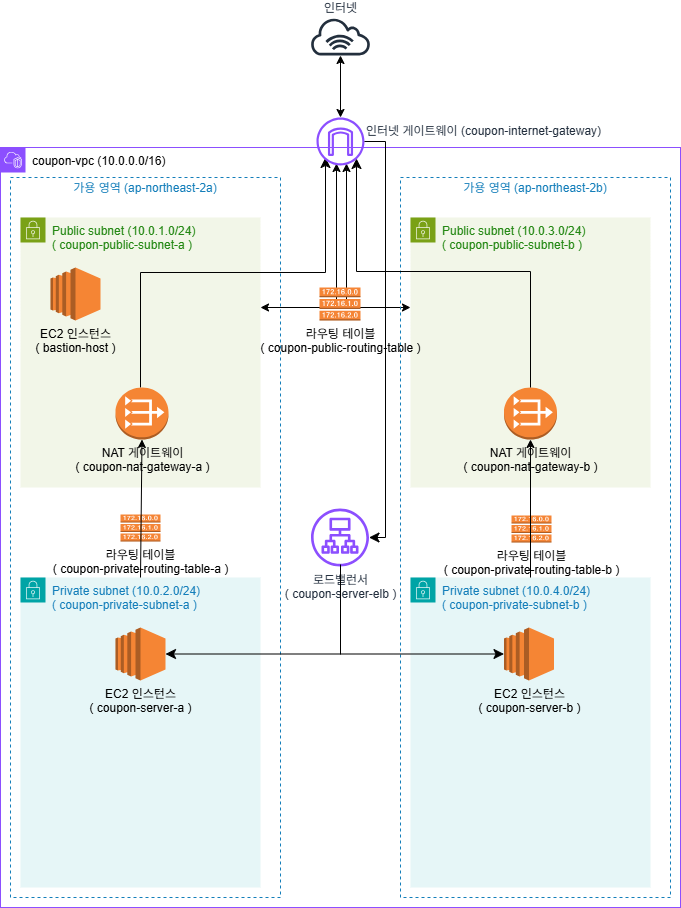
Before: aws-architecture-basic(2).drawio.png, a diagram exported from draw.io (tngh4037/aws-practice). Source tidied: cells renumbered, new cells last; positions are measured from the earlier drawing's top-left corner, leaving out a move shared by most shapes.
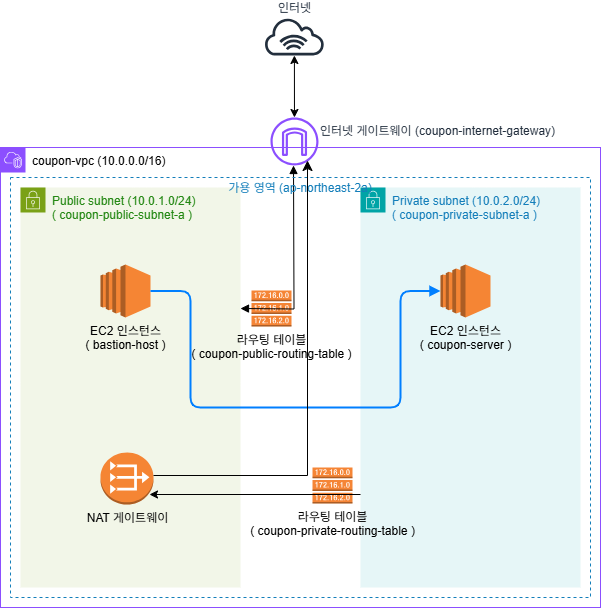
After the change.

Commit message:
aws-architecture-basic(2).drawio.png이 추가되었습니다.

Diff of the diagram source:
```diff
@@ -2,130 +2,78 @@
   <root>
     <mxCell id="0" />
     <mxCell id="1" parent="0" />
-    <mxCell id="2" style="edgeStyle=elbowEdgeStyle;rounded=0;elbow=vertical;html=1;labelBackgroundColor=#ffffff;startArrow=classic;startFill=1;startSize=6;endArrow=classic;endFill=1;endSize=6;jettySize=auto;strokeWidth=1;fontSize=14;" parent="1" edge="1" source="15">
-      <mxGeometry relative="1" as="geometry">
-        <mxPoint x="346" y="146" as="targetPoint" />
-        <Array as="points">
-          <mxPoint x="310" y="290" />
-        </Array>
-      </mxGeometry>
-    </mxCell>
     <mxCell id="3" value="&lt;font style=&quot;color: rgb(4, 4, 4);&quot;&gt;coupon-vpc (10.0.0.0/16)&lt;/font&gt;" style="gradientColor=none;html=1;whiteSpace=wrap;fontSize=12;fontStyle=0;shape=mxgraph.aws4.group;grIcon=mxgraph.aws4.group_vpc2;strokeColor=#8C4FFF;fillColor=none;verticalAlign=top;align=left;spacingLeft=30;fontColor=#AAB7B8;dashed=0;" parent="1" vertex="1">
-      <mxGeometry y="130" width="680" height="760" as="geometry" />
+      <mxGeometry x="40" y="130" width="600" height="460" as="geometry" />
     </mxCell>
-    <mxCell id="4" value="가용 영역 (ap-northeast-2b)" style="fillColor=none;strokeColor=#147EBA;dashed=1;verticalAlign=bottom;fontStyle=0;fontColor=#147EBA;whiteSpace=wrap;html=1;labelPosition=center;verticalLabelPosition=top;align=center;spacingBottom=-20;" parent="3" vertex="1">
-      <mxGeometry x="400" y="30" width="270" height="720" as="geometry" />
-    </mxCell>
+    <mxCell id="6" value="Public subnet (10.0.1.0/24)&lt;div&gt;( coupon-public-subnet-a )&lt;/div&gt;" style="gradientColor=none;html=1;whiteSpace=wrap;fontSize=12;fontStyle=0;shape=mxgraph.aws4.group;grIcon=mxgraph.aws4.group_security_group;grStroke=0;strokeColor=#7AA116;fillColor=#F2F6E8;verticalAlign=top;align=left;spacingLeft=30;fontColor=#248814;dashed=0;" parent="3" vertex="1">
+      <mxGeometry x="20" y="40" width="220" height="400" as="geometry" />
+    </mxCell>
+    <mxCell id="32" value="NAT 게이트웨이" style="dashed=0;verticalLabelPosition=bottom;verticalAlign=top;align=center;html=1;shape=mxgraph.aws3.vpc_nat_gateway;fillColor=#F58534;gradientColor=none;" parent="6" vertex="1">
+      <mxGeometry x="80" y="265" width="53" height="52" as="geometry" />
+    </mxCell>
+    <mxCell id="9" value="EC2 인스턴스&lt;div&gt;( bastion-host )&lt;/div&gt;" style="outlineConnect=0;dashed=0;verticalLabelPosition=bottom;verticalAlign=top;align=center;html=1;shape=mxgraph.aws3.ec2;fillColor=#F58534;gradientColor=none;" parent="6" vertex="1">
+      <mxGeometry x="80" y="77" width="50" height="53" as="geometry" />
+    </mxCell>
+    <mxCell id="8" value="Private subnet (10.0.2.0/24)&lt;br&gt;( coupon-private-subnet-a )" style="points=[[0,0],[0.25,0],[0.5,0],[0.75,0],[1,0],[1,0.25],[1,0.5],[1,0.75],[1,1],[0.75,1],[0.5,1],[0.25,1],[0,1],[0,0.75],[0,0.5],[0,0.25]];outlineConnect=0;gradientColor=none;html=1;whiteSpace=wrap;fontSize=12;fontStyle=0;shape=mxgraph.aws4.group;grIcon=mxgraph.aws4.group_security_group;grStroke=0;strokeColor=#00A4A6;fillColor=#E6F6F7;verticalAlign=top;align=left;spacingLeft=30;fontColor=#147EBA;dashed=0;" parent="3" vertex="1">
+      <mxGeometry x="360" y="40" width="220" height="400" as="geometry" />
+    </mxCell>
+    <mxCell id="25" value="라우팅 테이블&lt;br&gt;( coupon-public-routing-table )" style="outlineConnect=0;dashed=0;verticalLabelPosition=bottom;verticalAlign=top;align=center;html=1;shape=mxgraph.aws3.route_table;fillColor=#F58536;gradientColor=none;" parent="3" vertex="1">
+      <mxGeometry x="251" y="143" width="40" height="36" as="geometry" />
+    </mxCell>
+    <mxCell id="33" value="EC2 인스턴스&lt;div&gt;( coupon-server )&lt;/div&gt;" style="outlineConnect=0;dashed=0;verticalLabelPosition=bottom;verticalAlign=top;align=center;html=1;shape=mxgraph.aws3.ec2;fillColor=#F58534;gradientColor=none;" parent="3" vertex="1">
+      <mxGeometry x="440" y="117" width="50" height="53" as="geometry" />
+    </mxCell>
+    <mxCell id="34" style="html=1;labelBackgroundColor=#ffffff;jettySize=auto;fontSize=14;rounded=1;jumpStyle=gap;edgeStyle=orthogonalEdgeStyle;startArrow=none;endArrow=block;strokeWidth=2;endFill=1;exitX=1;exitY=0.5;exitDx=0;exitDy=0;exitPerimeter=0;entryX=0;entryY=0.5;entryDx=0;entryDy=0;entryPerimeter=0;curved=0;strokeColor=#007FFF;" parent="3" edge="1" source="9" target="33">
+      <mxGeometry relative="1" as="geometry">
+        <Array as="points">
+          <mxPoint x="190" y="144" />
+          <mxPoint x="190" y="260" />
+          <mxPoint x="400" y="260" />
+          <mxPoint x="400" y="144" />
+        </Array>
+      </mxGeometry>
+    </mxCell>
+    <mxCell id="35" value="라우팅 테이블&lt;br&gt;( coupon-private-routing-table )" style="dashed=0;verticalLabelPosition=bottom;verticalAlign=top;align=center;html=1;shape=mxgraph.aws3.route_table;fillColor=#F58536;gradientColor=none;" parent="3" vertex="1">
+      <mxGeometry x="312" y="320" width="40" height="36" as="geometry" />
+    </mxCell>
+    <mxCell id="30" value="인터넷 게이트웨이 (coupon-internet-gateway)" style="sketch=0;outlineConnect=0;fontColor=#232F3E;gradientColor=none;fillColor=#8C4FFF;strokeColor=none;dashed=0;verticalLabelPosition=top;verticalAlign=bottom;align=left;html=1;fontSize=12;fontStyle=0;shape=mxgraph.aws4.internet_gateway;labelPosition=right;spacingRight=0;spacing=2;spacingBottom=-23;" parent="3" vertex="1">
+      <mxGeometry x="270" y="-30" width="48" height="48" as="geometry" />
+    </mxCell>
+    <mxCell id="36" style="html=1;labelBackgroundColor=#ffffff;jettySize=auto;orthogonalLoop=1;fontSize=11;rounded=0;jumpStyle=gap;edgeStyle=orthogonalEdgeStyle;startArrow=block;endArrow=block;strokeWidth=1;startFill=1;endFill=1;" parent="3" edge="1">
+      <mxGeometry relative="1" as="geometry">
+        <mxPoint x="240" y="161" as="sourcePoint" />
+        <mxPoint x="293" y="18" as="targetPoint" />
+      </mxGeometry>
+    </mxCell>
+    <mxCell id="37" style="edgeStyle=elbowEdgeStyle;rounded=0;orthogonalLoop=1;jettySize=auto;html=1;exitX=0.5;exitY=0;exitDx=0;exitDy=0;exitPerimeter=0;" parent="3" edge="1" source="25" target="25">
+      <mxGeometry relative="1" as="geometry" />
+    </mxCell>
+    <mxCell id="38" style="edgeStyle=elbowEdgeStyle;rounded=0;orthogonalLoop=1;jettySize=auto;html=1;exitX=0.5;exitY=1;exitDx=0;exitDy=0;exitPerimeter=0;" parent="3" edge="1" source="25" target="25">
+      <mxGeometry relative="1" as="geometry" />
+    </mxCell>
+    <mxCell id="39" style="endArrow=classic;html=1;rounded=0;" parent="3" edge="1">
+      <mxGeometry relative="1" as="geometry">
+        <mxPoint x="360" y="347" as="sourcePoint" />
+        <mxPoint x="149" y="347" as="targetPoint" />
+      </mxGeometry>
+    </mxCell>
     <mxCell id="5" value="가용 영역 (ap-northeast-2a)" style="fillColor=none;strokeColor=#147EBA;dashed=1;verticalAlign=bottom;fontStyle=0;fontColor=#147EBA;whiteSpace=wrap;html=1;labelPosition=center;verticalLabelPosition=top;align=center;spacingBottom=-20;" parent="3" vertex="1">
-      <mxGeometry x="10" y="30" width="270" height="720" as="geometry" />
+      <mxGeometry x="10" y="30" width="580" height="420" as="geometry" />
     </mxCell>
-    <mxCell id="6" value="Public subnet (10.0.1.0/24)&lt;div&gt;( coupon-public-subnet-a )&lt;/div&gt;" style="gradientColor=none;html=1;whiteSpace=wrap;fontSize=12;fontStyle=0;shape=mxgraph.aws4.group;grIcon=mxgraph.aws4.group_security_group;grStroke=0;strokeColor=#7AA116;fillColor=#F2F6E8;verticalAlign=top;align=left;spacingLeft=30;fontColor=#248814;dashed=0;" parent="3" vertex="1">
-      <mxGeometry x="20" y="70" width="240" height="270" as="geometry" />
-    </mxCell>
-    <mxCell id="7" style="edgeStyle=elbowEdgeStyle;elbow=vertical;endArrow=classic;html=1;curved=0;rounded=0;endSize=8;startSize=8;" parent="6" edge="1">
-      <mxGeometry relative="1" as="geometry">
-        <mxPoint x="120" y="170" as="sourcePoint" />
-        <mxPoint x="305" y="-60" as="targetPoint" />
-      </mxGeometry>
-    </mxCell>
-    <mxCell id="8" value="Private subnet (10.0.2.0/24)&lt;br&gt;( coupon-private-subnet-a )" style="points=[[0,0],[0.25,0],[0.5,0],[0.75,0],[1,0],[1,0.25],[1,0.5],[1,0.75],[1,1],[0.75,1],[0.5,1],[0.25,1],[0,1],[0,0.75],[0,0.5],[0,0.25]];outlineConnect=0;gradientColor=none;html=1;whiteSpace=wrap;fontSize=12;fontStyle=0;shape=mxgraph.aws4.group;grIcon=mxgraph.aws4.group_security_group;grStroke=0;strokeColor=#00A4A6;fillColor=#E6F6F7;verticalAlign=top;align=left;spacingLeft=30;fontColor=#147EBA;dashed=0;" parent="3" vertex="1">
-      <mxGeometry x="20" y="430" width="240" height="310" as="geometry" />
-    </mxCell>
-    <mxCell id="9" value="EC2 인스턴스&lt;div&gt;( bastion-host )&lt;/div&gt;" style="outlineConnect=0;dashed=0;verticalLabelPosition=bottom;verticalAlign=top;align=center;html=1;shape=mxgraph.aws3.ec2;fillColor=#F58534;gradientColor=none;" parent="3" vertex="1">
-      <mxGeometry x="50" y="120" width="50" height="53" as="geometry" />
-    </mxCell>
-    <mxCell id="10" value="Private subnet (10.0.4.0/24)&lt;br&gt;( coupon-private-subnet-b )" style="gradientColor=none;html=1;whiteSpace=wrap;fontSize=12;fontStyle=0;shape=mxgraph.aws4.group;grIcon=mxgraph.aws4.group_security_group;grStroke=0;strokeColor=#00A4A6;fillColor=#E6F6F7;verticalAlign=top;align=left;spacingLeft=30;fontColor=#147EBA;dashed=0;" parent="3" vertex="1">
-      <mxGeometry x="410" y="430" width="240" height="310" as="geometry" />
-    </mxCell>
-    <mxCell id="11" value="EC2 인스턴스&lt;div&gt;( coupon-server-b )&lt;/div&gt;" style="outlineConnect=0;dashed=0;verticalLabelPosition=bottom;verticalAlign=top;align=center;html=1;shape=mxgraph.aws3.ec2;fillColor=#F58534;gradientColor=none;" parent="3" vertex="1">
-      <mxGeometry x="503.5" y="480" width="50" height="53" as="geometry" />
-    </mxCell>
-    <mxCell id="12" value="EC2 인스턴스&lt;div&gt;( coupon-server-a )&lt;/div&gt;" style="outlineConnect=0;dashed=0;verticalLabelPosition=bottom;verticalAlign=top;align=center;html=1;shape=mxgraph.aws3.ec2;fillColor=#F58534;gradientColor=none;" parent="3" vertex="1">
-      <mxGeometry x="115" y="480" width="50" height="53" as="geometry" />
-    </mxCell>
-    <mxCell id="13" style="edgeStyle=elbowEdgeStyle;rounded=0;orthogonalLoop=1;jettySize=auto;html=1;exitX=0.5;exitY=0;exitDx=0;exitDy=0;exitPerimeter=0;" parent="3" edge="1" source="25" target="25">
-      <mxGeometry relative="1" as="geometry" />
-    </mxCell>
-    <mxCell id="14" style="edgeStyle=elbowEdgeStyle;rounded=0;orthogonalLoop=1;jettySize=auto;html=1;exitX=0.5;exitY=1;exitDx=0;exitDy=0;exitPerimeter=0;" parent="3" edge="1" source="25" target="25">
-      <mxGeometry relative="1" as="geometry" />
-    </mxCell>
-    <mxCell id="15" value="Public subnet (10.0.3.0/24)&lt;div&gt;( coupon-public-subnet-b )&lt;/div&gt;" style="points=[[0,0],[0.25,0],[0.5,0],[0.75,0],[1,0],[1,0.25],[1,0.5],[1,0.75],[1,1],[0.75,1],[0.5,1],[0.25,1],[0,1],[0,0.75],[0,0.5],[0,0.25]];outlineConnect=0;gradientColor=none;html=1;whiteSpace=wrap;fontSize=12;fontStyle=0;shape=mxgraph.aws4.group;grIcon=mxgraph.aws4.group_security_group;grStroke=0;strokeColor=#7AA116;fillColor=#F2F6E8;verticalAlign=top;align=left;spacingLeft=30;fontColor=#248814;dashed=0;" parent="3" vertex="1">
-      <mxGeometry x="410" y="70" width="240" height="270" as="geometry" />
-    </mxCell>
-    <mxCell id="16" value="NAT 게이트웨이&lt;div&gt;( coupon-nat-gateway-b )&lt;/div&gt;" style="outlineConnect=0;dashed=0;verticalLabelPosition=bottom;verticalAlign=top;align=center;html=1;shape=mxgraph.aws3.vpc_nat_gateway;fillColor=#F58534;gradientColor=none;" parent="3" vertex="1">
-      <mxGeometry x="503.5" y="240" width="53" height="52" as="geometry" />
-    </mxCell>
-    <mxCell id="17" value="라우팅 테이블&lt;br&gt;( coupon-private-routing-table-a )" style="dashed=0;verticalLabelPosition=bottom;verticalAlign=top;align=center;html=1;shape=mxgraph.aws3.route_table;fillColor=#F58536;gradientColor=none;" parent="3" vertex="1">
-      <mxGeometry x="120" y="367" width="40" height="27" as="geometry" />
-    </mxCell>
-    <mxCell id="18" value="라우팅 테이블&lt;br&gt;( coupon-private-routing-table-b )" style="dashed=0;verticalLabelPosition=bottom;verticalAlign=top;align=center;html=1;shape=mxgraph.aws3.route_table;fillColor=#F58536;gradientColor=none;" parent="3" vertex="1">
-      <mxGeometry x="511" y="368" width="40" height="27" as="geometry" />
-    </mxCell>
-    <mxCell id="19" value="로드밸런서&lt;div&gt;( coupon-server-elb )&lt;/div&gt;" style="sketch=0;outlineConnect=0;fontColor=#232F3E;gradientColor=none;fillColor=#8C4FFF;strokeColor=none;dashed=0;verticalLabelPosition=bottom;verticalAlign=top;align=center;html=1;fontSize=12;fontStyle=0;shape=mxgraph.aws4.application_load_balancer;" parent="3" vertex="1">
-      <mxGeometry x="310.5" y="361" width="58" height="58" as="geometry" />
-    </mxCell>
-    <mxCell id="20" style="endArrow=classic;html=1;rounded=0;" parent="3" edge="1" target="16">
-      <mxGeometry relative="1" as="geometry">
-        <mxPoint x="530" y="430" as="sourcePoint" />
-      </mxGeometry>
-    </mxCell>
-    <mxCell id="21" style="endArrow=classic;html=1;rounded=0;exitX=0.5;exitY=0;exitDx=0;exitDy=0;entryX=0.5;entryY=1;entryDx=0;entryDy=0;entryPerimeter=0;" parent="3" edge="1" source="8" target="22">
-      <mxGeometry relative="1" as="geometry" />
-    </mxCell>
-    <mxCell id="22" value="NAT 게이트웨이&lt;div&gt;( coupon-nat-gateway-a )&lt;/div&gt;" style="outlineConnect=0;dashed=0;verticalLabelPosition=bottom;verticalAlign=top;align=center;html=1;shape=mxgraph.aws3.vpc_nat_gateway;fillColor=#F58534;gradientColor=none;" parent="3" vertex="1">
-      <mxGeometry x="115" y="240" width="53" height="52" as="geometry" />
-    </mxCell>
-    <mxCell id="23" style="edgeStyle=elbowEdgeStyle;elbow=vertical;endArrow=classic;html=1;curved=0;rounded=0;endSize=8;startSize=8;" parent="3" edge="1">
-      <mxGeometry relative="1" as="geometry">
-        <mxPoint x="530" y="240" as="sourcePoint" />
-        <mxPoint x="356" y="11" as="targetPoint" />
-        <Array as="points">
-          <mxPoint x="440" y="124" />
-        </Array>
-      </mxGeometry>
-    </mxCell>
-    <mxCell id="24" style="edgeStyle=elbowEdgeStyle;rounded=0;elbow=vertical;html=1;labelBackgroundColor=#ffffff;startArrow=classic;startFill=1;startSize=6;endArrow=classic;endFill=1;endSize=6;jettySize=auto;orthogonalLoop=1;strokeWidth=1;fontSize=14;" parent="3" edge="1">
-      <mxGeometry relative="1" as="geometry">
-        <mxPoint x="260" y="160" as="sourcePoint" />
-        <mxPoint x="336" y="16" as="targetPoint" />
-        <Array as="points">
-          <mxPoint x="300" y="160" />
-        </Array>
-      </mxGeometry>
-    </mxCell>
-    <mxCell id="25" value="라우팅 테이블&lt;br&gt;( coupon-public-routing-table )" style="outlineConnect=0;dashed=0;verticalLabelPosition=bottom;verticalAlign=top;align=center;html=1;shape=mxgraph.aws3.route_table;fillColor=#F58536;gradientColor=none;" parent="3" vertex="1">
-      <mxGeometry x="319" y="140" width="41" height="33" as="geometry" />
-    </mxCell>
-    <mxCell id="26" style="edgeStyle=elbowEdgeStyle;elbow=horizontal;endArrow=classic;html=1;curved=0;rounded=0;endSize=8;startSize=8;entryX=1;entryY=0.5;entryDx=0;entryDy=0;entryPerimeter=0;" parent="3" edge="1" source="19" target="12">
-      <mxGeometry relative="1" as="geometry">
-        <Array as="points">
-          <mxPoint x="340" y="520" />
-        </Array>
-      </mxGeometry>
-    </mxCell>
-    <mxCell id="27" style="edgeStyle=elbowEdgeStyle;elbow=horizontal;endArrow=classic;html=1;curved=0;rounded=0;endSize=8;startSize=8;entryX=0;entryY=0.5;entryDx=0;entryDy=0;entryPerimeter=0;" parent="3" edge="1" target="11">
-      <mxGeometry relative="1" as="geometry">
-        <mxPoint x="340" y="417" as="sourcePoint" />
-        <Array as="points">
-          <mxPoint x="340" y="470" />
-        </Array>
-      </mxGeometry>
-    </mxCell>
     <mxCell id="28" value="인터넷" style="sketch=0;outlineConnect=0;fontColor=#232F3E;gradientColor=none;fillColor=#232F3D;strokeColor=none;dashed=0;verticalLabelPosition=top;verticalAlign=bottom;align=center;html=1;fontSize=12;fontStyle=0;shape=mxgraph.aws4.internet_alt1;labelPosition=center;" parent="1" vertex="1">
-      <mxGeometry x="309.1" width="61.8" height="38" as="geometry" />
+      <mxGeometry x="303" width="61.8" height="38" as="geometry" />
     </mxCell>
     <mxCell id="29" style="endArrow=classic;startArrow=classic;html=1;rounded=0;" parent="1" edge="1" source="30" target="28">
       <mxGeometry relative="1" as="geometry" />
     </mxCell>
-    <mxCell id="30" value="인터넷 게이트웨이 (coupon-internet-gateway)" style="sketch=0;outlineConnect=0;fontColor=#232F3E;gradientColor=none;fillColor=#8C4FFF;strokeColor=none;dashed=0;verticalLabelPosition=top;verticalAlign=bottom;align=left;html=1;fontSize=12;fontStyle=0;shape=mxgraph.aws4.internet_gateway;labelPosition=right;spacingRight=0;spacing=2;spacingBottom=-23;" parent="1" vertex="1">
-      <mxGeometry x="316" y="100" width="48" height="48" as="geometry" />
-    </mxCell>
-    <mxCell id="31" style="edgeStyle=elbowEdgeStyle;elbow=vertical;endArrow=classic;html=1;curved=0;rounded=0;endSize=8;startSize=8;" parent="1" edge="1" source="30" target="19">
-      <mxGeometry relative="1" as="geometry">
-        <Array as="points">
-          <mxPoint x="385" y="321" />
-        </Array>
-      </mxGeometry>
-    </mxCell>
+    <mxCell id="40" style="edgeStyle=segmentEdgeStyle;endArrow=classic;html=1;curved=0;rounded=0;endSize=8;startSize=8;" parent="1" edge="1">
+      <mxGeometry relative="1" as="geometry">
+        <mxPoint x="193" y="458" as="sourcePoint" />
+        <mxPoint x="347" y="143" as="targetPoint" />
+        <Array as="points">
+          <mxPoint x="347" y="458" />
+        </Array>
+      </mxGeometry>
+    </mxCell>
   </root>
 </mxGraphModel>
```
